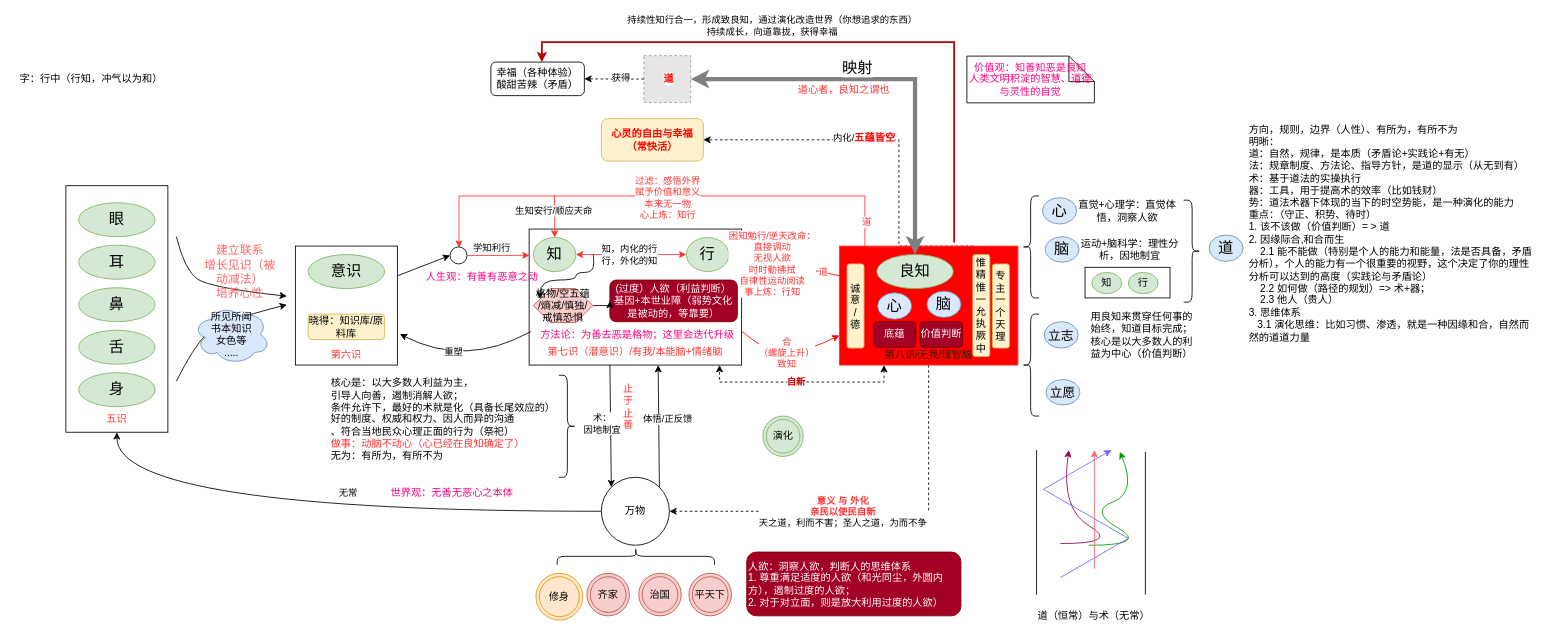
The draw.io diagram page "良知" (2 of 2) of xinxue.drawio in kason-huang/DrawIO, before the edit. Source tidied: cells renumbered, new cells numbered last; positions are measured from the earlier drawing's top-left corner, leaving out a move shared by most shapes. Both pictures are drawn from the tidied source at 85%, with x=0, y=0 at pixel (14, 42). Pictures stored in the file or linked from it are replaced by grey dashed boxes.
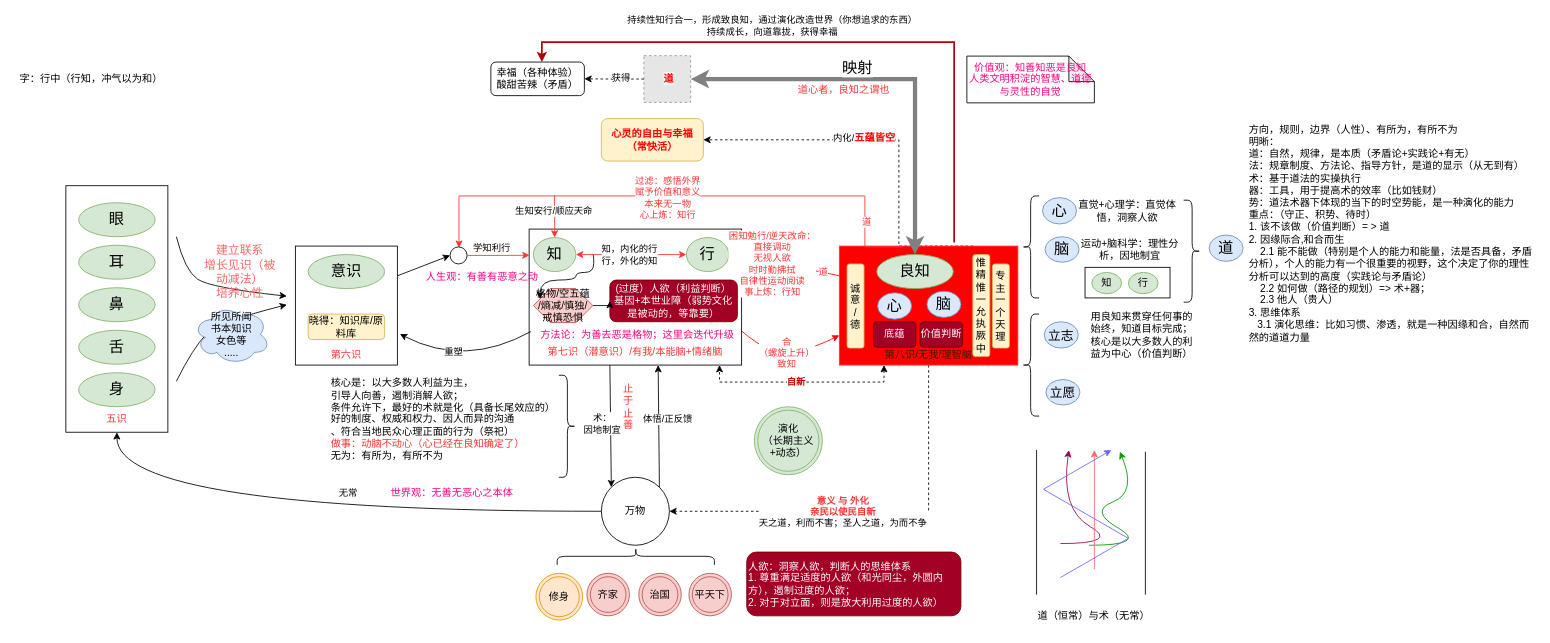
The same diagram, later.

Change to the diagram source:
```diff
@@
-    <mxCell id="105" value="演化" style="ellipse;shape=doubleEllipse;whiteSpace=wrap;html=1;fillColor=#d5e8d4;strokeColor=#82b366;" parent="1" vertex="1">
-      <mxGeometry x="880" y="440" width="47.5" height="47.5" as="geometry" />
+    <mxCell id="105" value="演化&lt;br&gt;（长期主义+动态）" style="ellipse;shape=doubleEllipse;whiteSpace=wrap;html=1;fillColor=#d5e8d4;strokeColor=#82b366;" parent="1" vertex="1">
+      <mxGeometry x="870" y="429" width="80" height="80" as="geometry" />
     </mxCell>
```
